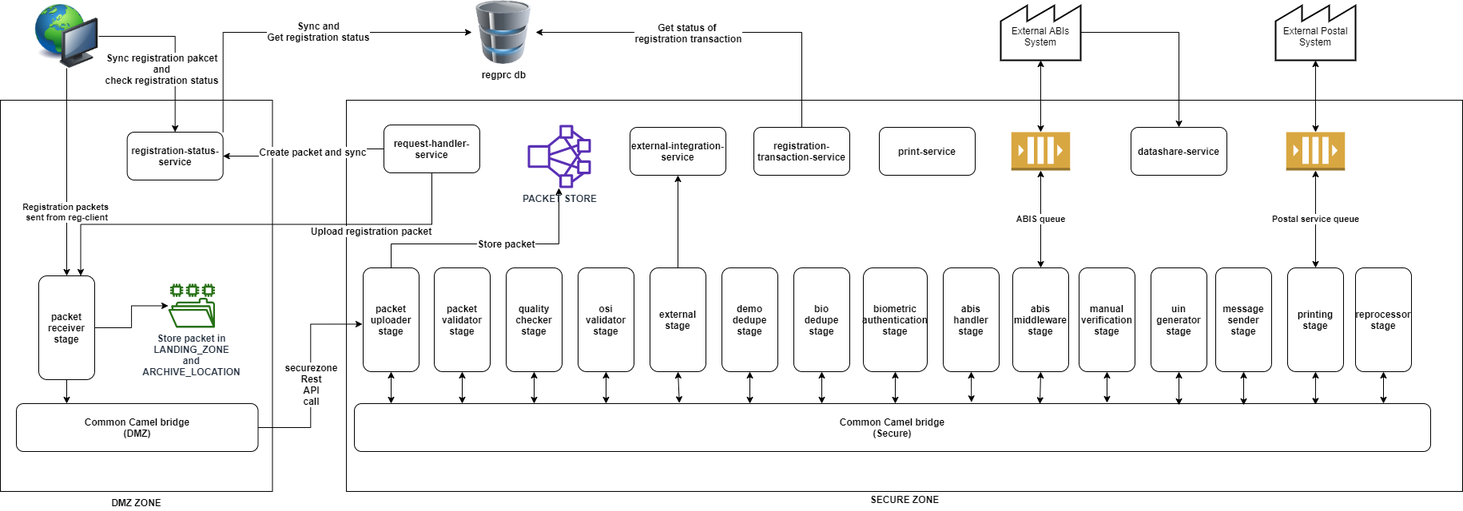
The draw.io diagram docs/_images/reg_processor/reg-proc-logical-view.png in mosip/documentation, before a commit. Source tidied: cells renumbered, new cells last; positions are measured from the earlier drawing's top-left corner, leaving out a move shared by most shapes.
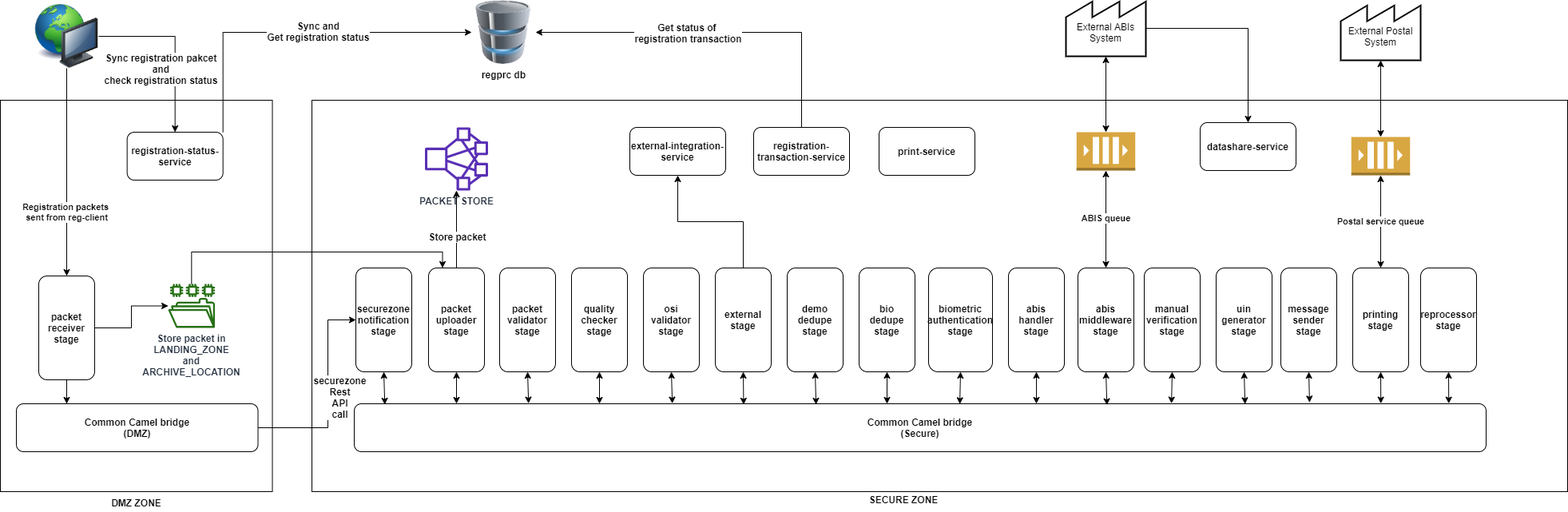
The same file after the commit.

Commit message:
added securezone notification stage

What changed in the source:
```diff
@@ -5,3 +5,3 @@
     <mxCell id="2" style="rounded=0;whiteSpace=wrap;html=1;fontStyle=1;" parent="1" vertex="1">
-      <mxGeometry x="433" y="125" width="1397" height="490" as="geometry" />
+      <mxGeometry x="390" y="125" width="1572" height="490" as="geometry" />
     </mxCell>
@@ -27,4 +27,4 @@
         <Array as="points">
-          <mxPoint x="489" y="305" />
-          <mxPoint x="699" y="305" />
+          <mxPoint x="571" y="295" />
+          <mxPoint x="571" y="295" />
         </Array>
@@ -34,3 +34,3 @@
       <mxGeometry x="0.4" y="1" relative="1" as="geometry">
-        <mxPoint x="-42.4" as="offset" />
+        <mxPoint x="1" y="28" as="offset" />
       </mxGeometry>
@@ -38,12 +38,12 @@
     <mxCell id="9" value="packet&lt;br&gt;uploader&lt;br&gt;stage" style="rounded=1;whiteSpace=wrap;html=1;fontStyle=1;" parent="1" vertex="1">
-      <mxGeometry x="454" y="335" width="70" height="130" as="geometry" />
+      <mxGeometry x="536" y="335" width="70" height="130" as="geometry" />
     </mxCell>
     <mxCell id="10" value="packet&lt;br&gt;validator&lt;br&gt;stage" style="rounded=1;whiteSpace=wrap;html=1;fontStyle=1;" parent="1" vertex="1">
-      <mxGeometry x="543" y="335" width="70" height="130" as="geometry" />
+      <mxGeometry x="625" y="335" width="70" height="130" as="geometry" />
     </mxCell>
     <mxCell id="11" value="quality&lt;br&gt;checker&lt;br&gt;stage" style="rounded=1;whiteSpace=wrap;html=1;fontStyle=1;" parent="1" vertex="1">
-      <mxGeometry x="633" y="335" width="70" height="130" as="geometry" />
+      <mxGeometry x="715" y="335" width="70" height="130" as="geometry" />
     </mxCell>
     <mxCell id="12" value="osi&lt;br&gt;validator&lt;br&gt;stage" style="rounded=1;whiteSpace=wrap;html=1;fontStyle=1;" parent="1" vertex="1">
-      <mxGeometry x="723" y="335" width="70" height="130" as="geometry" />
+      <mxGeometry x="805" y="335" width="70" height="130" as="geometry" />
     </mxCell>
@@ -53,30 +53,37 @@
     <mxCell id="14" value="external&lt;br&gt;stage" style="rounded=1;whiteSpace=wrap;html=1;fontStyle=1;" parent="1" vertex="1">
-      <mxGeometry x="813" y="335" width="70" height="130" as="geometry" />
+      <mxGeometry x="895" y="335" width="70" height="130" as="geometry" />
     </mxCell>
     <mxCell id="15" value="demo&lt;br&gt;dedupe&lt;br&gt;stage" style="rounded=1;whiteSpace=wrap;html=1;fontStyle=1;" parent="1" vertex="1">
-      <mxGeometry x="903" y="335" width="70" height="130" as="geometry" />
+      <mxGeometry x="985" y="335" width="70" height="130" as="geometry" />
     </mxCell>
     <mxCell id="16" value="bio&lt;br&gt;dedupe&lt;br&gt;stage" style="rounded=1;whiteSpace=wrap;html=1;fontStyle=1;" parent="1" vertex="1">
-      <mxGeometry x="993" y="335" width="70" height="130" as="geometry" />
+      <mxGeometry x="1075" y="335" width="70" height="130" as="geometry" />
     </mxCell>
     <mxCell id="17" value="abis&lt;br&gt;handler&lt;br&gt;stage" style="rounded=1;whiteSpace=wrap;html=1;fontStyle=1;" parent="1" vertex="1">
-      <mxGeometry x="1180" y="335" width="70" height="130" as="geometry" />
+      <mxGeometry x="1262" y="335" width="70" height="130" as="geometry" />
     </mxCell>
     <mxCell id="18" value="abis&lt;br&gt;middleware&lt;br&gt;stage" style="rounded=1;whiteSpace=wrap;html=1;fontStyle=1;" parent="1" vertex="1">
-      <mxGeometry x="1267" y="335" width="70" height="130" as="geometry" />
+      <mxGeometry x="1349" y="335" width="70" height="130" as="geometry" />
     </mxCell>
     <mxCell id="19" value="uin&lt;br&gt;generator&lt;br&gt;stage" style="rounded=1;whiteSpace=wrap;html=1;fontStyle=1;" parent="1" vertex="1">
-      <mxGeometry x="1440" y="335" width="70" height="130" as="geometry" />
+      <mxGeometry x="1522" y="335" width="70" height="130" as="geometry" />
     </mxCell>
     <mxCell id="20" value="message&lt;br&gt;sender&lt;br&gt;stage" style="rounded=1;whiteSpace=wrap;html=1;fontStyle=1;" parent="1" vertex="1">
-      <mxGeometry x="1521" y="335" width="70" height="130" as="geometry" />
+      <mxGeometry x="1603" y="335" width="70" height="130" as="geometry" />
     </mxCell>
     <mxCell id="21" value="printing&lt;br&gt;stage" style="rounded=1;whiteSpace=wrap;html=1;fontStyle=1;" parent="1" vertex="1">
-      <mxGeometry x="1611" y="335" width="70" height="130" as="geometry" />
+      <mxGeometry x="1693" y="335" width="70" height="130" as="geometry" />
     </mxCell>
-    <mxCell id="22" style="edgeStyle=orthogonalEdgeStyle;rounded=0;jettySize=auto;html=1;exitX=1;exitY=0.5;exitDx=0;exitDy=0;entryX=-0.014;entryY=0.542;entryDx=0;entryDy=0;entryPerimeter=0;fontStyle=1;" parent="1" edge="1" source="24" target="9">
-      <mxGeometry relative="1" as="geometry" />
+    <mxCell id="22" style="edgeStyle=orthogonalEdgeStyle;rounded=0;jettySize=auto;html=1;exitX=1;exitY=0.5;exitDx=0;exitDy=0;entryX=0;entryY=0.5;entryDx=0;entryDy=0;fontStyle=1;" parent="1" edge="1" source="24" target="77">
+      <mxGeometry relative="1" as="geometry">
+        <Array as="points">
+          <mxPoint x="410" y="535" />
+          <mxPoint x="410" y="400" />
+        </Array>
+      </mxGeometry>
     </mxCell>
     <mxCell id="23" value="securezone&lt;br&gt;Rest&lt;br&gt;API&lt;br&gt;call" style="text;html=1;align=center;verticalAlign=middle;labelBackgroundColor=#ffffff;fontStyle=1;" parent="22" vertex="1">
-      <mxGeometry x="-0.08" relative="1" as="geometry" />
+      <mxGeometry x="-0.08" relative="1" as="geometry">
+        <mxPoint x="14" y="-8.5" as="offset" />
+      </mxGeometry>
     </mxCell>
@@ -86,3 +93,3 @@
     <mxCell id="25" value="Common Camel bridge&lt;br&gt;(Secure)" style="rounded=1;whiteSpace=wrap;html=1;fontStyle=1;" parent="1" vertex="1">
-      <mxGeometry x="443" y="505" width="1347" height="60" as="geometry" />
+      <mxGeometry x="443" y="505" width="1417" height="60" as="geometry" />
     </mxCell>
@@ -90,9 +97,7 @@
       <mxGeometry relative="1" as="geometry">
-        <mxPoint x="489" y="505" as="sourcePoint" />
+        <mxPoint x="571" y="505" as="sourcePoint" />
       </mxGeometry>
     </mxCell>
-    <mxCell id="27" style="endArrow=classic;startArrow=classic;html=1;entryX=0.5;entryY=1;entryDx=0;entryDy=0;fontStyle=1;" parent="1" edge="1" target="10">
-      <mxGeometry relative="1" as="geometry">
-        <mxPoint x="578" y="505" as="sourcePoint" />
-      </mxGeometry>
+    <mxCell id="27" style="endArrow=classic;startArrow=classic;html=1;entryX=0.5;entryY=1;entryDx=0;entryDy=0;fontStyle=1;exitX=0.154;exitY=-0.006;exitDx=0;exitDy=0;exitPerimeter=0;" parent="1" edge="1" source="25" target="10">
+      <mxGeometry relative="1" as="geometry" />
     </mxCell>
@@ -100,17 +105,13 @@
       <mxGeometry relative="1" as="geometry">
-        <mxPoint x="668" y="505" as="sourcePoint" />
+        <mxPoint x="750" y="505" as="sourcePoint" />
       </mxGeometry>
     </mxCell>
-    <mxCell id="29" style="endArrow=classic;startArrow=classic;html=1;entryX=0.5;entryY=1;entryDx=0;entryDy=0;fontStyle=1;" parent="1" edge="1" target="12">
-      <mxGeometry relative="1" as="geometry">
-        <mxPoint x="758" y="505" as="sourcePoint" />
-      </mxGeometry>
+    <mxCell id="29" style="endArrow=classic;startArrow=classic;html=1;entryX=0.5;entryY=1;entryDx=0;entryDy=0;fontStyle=1;exitX=0.281;exitY=-0.006;exitDx=0;exitDy=0;exitPerimeter=0;" parent="1" edge="1" source="25" target="12">
+      <mxGeometry relative="1" as="geometry" />
     </mxCell>
-    <mxCell id="30" style="endArrow=classic;startArrow=classic;html=1;exitX=0.302;exitY=-0.011;exitDx=0;exitDy=0;exitPerimeter=0;entryX=0.5;entryY=1;entryDx=0;entryDy=0;fontStyle=1;" parent="1" edge="1" source="25" target="14">
+    <mxCell id="30" style="endArrow=classic;startArrow=classic;html=1;exitX=0.344;exitY=0.017;exitDx=0;exitDy=0;exitPerimeter=0;entryX=0.5;entryY=1;entryDx=0;entryDy=0;fontStyle=1;" parent="1" edge="1" source="25" target="14">
       <mxGeometry relative="1" as="geometry" />
     </mxCell>
-    <mxCell id="31" style="endArrow=classic;startArrow=classic;html=1;entryX=0.5;entryY=1;entryDx=0;entryDy=0;fontStyle=1;" parent="1" edge="1" target="15">
-      <mxGeometry relative="1" as="geometry">
-        <mxPoint x="938" y="505" as="sourcePoint" />
-      </mxGeometry>
+    <mxCell id="31" style="endArrow=classic;startArrow=classic;html=1;entryX=0.5;entryY=1;entryDx=0;entryDy=0;fontStyle=1;exitX=0.408;exitY=0.017;exitDx=0;exitDy=0;exitPerimeter=0;" parent="1" edge="1" source="25" target="15">
+      <mxGeometry relative="1" as="geometry" />
     </mxCell>
@@ -118,22 +119,20 @@
       <mxGeometry relative="1" as="geometry">
-        <mxPoint x="1028" y="505" as="sourcePoint" />
+        <mxPoint x="1110" y="505" as="sourcePoint" />
       </mxGeometry>
     </mxCell>
-    <mxCell id="33" style="endArrow=classic;startArrow=classic;html=1;entryX=0.5;entryY=1;entryDx=0;entryDy=0;exitX=0.56;exitY=0.772;exitDx=0;exitDy=0;exitPerimeter=0;fontStyle=1;" parent="1" edge="1" source="2" target="17">
-      <mxGeometry relative="1" as="geometry" />
+    <mxCell id="33" style="endArrow=classic;startArrow=classic;html=1;entryX=0.5;entryY=1;entryDx=0;entryDy=0;fontStyle=1;" parent="1" edge="1" target="17">
+      <mxGeometry relative="1" as="geometry">
+        <mxPoint x="1297" y="505" as="sourcePoint" />
+      </mxGeometry>
     </mxCell>
-    <mxCell id="34" style="endArrow=classic;startArrow=classic;html=1;entryX=0.5;entryY=1;entryDx=0;entryDy=0;exitX=0.637;exitY=0.008;exitDx=0;exitDy=0;exitPerimeter=0;fontStyle=1;" parent="1" edge="1" source="25" target="18">
+    <mxCell id="34" style="endArrow=classic;startArrow=classic;html=1;entryX=0.5;entryY=1;entryDx=0;entryDy=0;exitX=0.665;exitY=0.028;exitDx=0;exitDy=0;exitPerimeter=0;fontStyle=1;" parent="1" edge="1" source="25" target="18">
       <mxGeometry relative="1" as="geometry" />
     </mxCell>
-    <mxCell id="35" style="endArrow=classic;startArrow=classic;html=1;entryX=0.5;entryY=1;entryDx=0;entryDy=0;fontStyle=1;" parent="1" edge="1" target="19">
-      <mxGeometry relative="1" as="geometry">
-        <mxPoint x="1475" y="507" as="sourcePoint" />
-      </mxGeometry>
+    <mxCell id="35" style="endArrow=classic;startArrow=classic;html=1;entryX=0.5;entryY=1;entryDx=0;entryDy=0;fontStyle=1;exitX=0.787;exitY=0.006;exitDx=0;exitDy=0;exitPerimeter=0;" parent="1" edge="1" source="25" target="19">
+      <mxGeometry relative="1" as="geometry" />
     </mxCell>
-    <mxCell id="36" style="endArrow=classic;startArrow=classic;html=1;entryX=0.5;entryY=1;entryDx=0;entryDy=0;fontStyle=1;" parent="1" edge="1" target="20">
-      <mxGeometry relative="1" as="geometry">
-        <mxPoint x="1556" y="507" as="sourcePoint" />
-      </mxGeometry>
+    <mxCell id="36" style="endArrow=classic;startArrow=classic;html=1;entryX=0.5;entryY=1;entryDx=0;entryDy=0;fontStyle=1;exitX=0.844;exitY=-0.028;exitDx=0;exitDy=0;exitPerimeter=0;" parent="1" edge="1" source="25" target="20">
+      <mxGeometry relative="1" as="geometry" />
     </mxCell>
-    <mxCell id="37" style="endArrow=classic;startArrow=classic;html=1;entryX=0.5;entryY=1;entryDx=0;entryDy=0;exitX=0.893;exitY=0.024;exitDx=0;exitDy=0;exitPerimeter=0;fontStyle=1;" parent="1" edge="1" source="25" target="21">
+    <mxCell id="37" style="endArrow=classic;startArrow=classic;html=1;entryX=0.5;entryY=1;entryDx=0;entryDy=0;exitX=0.907;exitY=-0.006;exitDx=0;exitDy=0;exitPerimeter=0;fontStyle=1;" parent="1" edge="1" source="25" target="21">
       <mxGeometry relative="1" as="geometry" />
@@ -141,6 +140,6 @@
     <mxCell id="38" style="outlineConnect=0;dashed=0;verticalLabelPosition=bottom;verticalAlign=top;align=center;html=1;shape=mxgraph.aws3.queue;fillColor=#D9A741;gradientColor=none;fontStyle=1;" parent="1" vertex="1">
-      <mxGeometry x="1265.2" y="165" width="73.5" height="48" as="geometry" />
+      <mxGeometry x="1347.2" y="165" width="73.5" height="48" as="geometry" />
     </mxCell>
     <mxCell id="39" style="outlineConnect=0;dashed=0;verticalLabelPosition=bottom;verticalAlign=top;align=center;html=1;shape=mxgraph.aws3.queue;fillColor=#D9A741;gradientColor=none;fontStyle=1;" parent="1" vertex="1">
-      <mxGeometry x="1609.2" y="165" width="73.5" height="48" as="geometry" />
+      <mxGeometry x="1691.2" y="171" width="73.5" height="48" as="geometry" />
     </mxCell>
@@ -173,3 +172,3 @@
     <mxCell id="48" value="&lt;b&gt;datashare-service&lt;br&gt;&lt;/b&gt;" style="rounded=1;whiteSpace=wrap;html=1;" parent="1" vertex="1">
-      <mxGeometry x="1415" y="159" width="120" height="60" as="geometry" />
+      <mxGeometry x="1502" y="153" width="120" height="60" as="geometry" />
     </mxCell>
@@ -179,3 +178,3 @@
     <mxCell id="50" value="&lt;table cellpadding=&quot;5&quot; cellspacing=&quot;0&quot; style=&quot;font-size: 1em ; width: 100% ; height: 100%&quot;&gt;&lt;tbody&gt;&lt;tr&gt;&lt;td height=&quot;50%&quot;&gt;&lt;/td&gt;&lt;/tr&gt;&lt;tr&gt;&lt;td align=&quot;center&quot; height=&quot;50%&quot;&gt;External ABIs System&lt;/td&gt;&lt;/tr&gt;&lt;/tbody&gt;&lt;/table&gt;" style="strokeWidth=2;html=1;shape=mxgraph.lean_mapping.outside_sources;whiteSpace=wrap;align=center;" parent="1" vertex="1">
-      <mxGeometry x="1252" y="5" width="100" height="70" as="geometry" />
+      <mxGeometry x="1334" width="100" height="70" as="geometry" />
     </mxCell>
@@ -185,3 +184,3 @@
     <mxCell id="52" value="&lt;table cellpadding=&quot;5&quot; cellspacing=&quot;0&quot; style=&quot;font-size: 1em ; width: 100% ; height: 100%&quot;&gt;&lt;tbody&gt;&lt;tr&gt;&lt;td height=&quot;50%&quot;&gt;&lt;/td&gt;&lt;/tr&gt;&lt;tr&gt;&lt;td align=&quot;center&quot; height=&quot;50%&quot;&gt;External Postal System&lt;/td&gt;&lt;/tr&gt;&lt;/tbody&gt;&lt;/table&gt;" style="strokeWidth=2;html=1;shape=mxgraph.lean_mapping.outside_sources;whiteSpace=wrap;align=center;" parent="1" vertex="1">
-      <mxGeometry x="1596" y="5" width="100" height="70" as="geometry" />
+      <mxGeometry x="1678" y="5" width="100" height="70" as="geometry" />
     </mxCell>
@@ -202,16 +201,12 @@
     <mxCell id="57" value="biometric&lt;br&gt;authentication&lt;br&gt;stage" style="rounded=1;whiteSpace=wrap;html=1;fontStyle=1;" parent="1" vertex="1">
-      <mxGeometry x="1080" y="335" width="80" height="130" as="geometry" />
+      <mxGeometry x="1162" y="335" width="80" height="130" as="geometry" />
     </mxCell>
-    <mxCell id="58" style="endArrow=classic;startArrow=classic;html=1;entryX=0.5;entryY=1;entryDx=0;entryDy=0;fontStyle=1;" parent="1" edge="1" target="57">
-      <mxGeometry relative="1" as="geometry">
-        <mxPoint x="1120" y="505" as="sourcePoint" />
-      </mxGeometry>
+    <mxCell id="58" style="endArrow=classic;startArrow=classic;html=1;entryX=0.5;entryY=1;entryDx=0;entryDy=0;fontStyle=1;exitX=0.535;exitY=0.006;exitDx=0;exitDy=0;exitPerimeter=0;" parent="1" edge="1" source="25" target="57">
+      <mxGeometry relative="1" as="geometry" />
     </mxCell>
     <mxCell id="59" value="manual&lt;br&gt;verification&lt;br&gt;stage" style="rounded=1;whiteSpace=wrap;html=1;fontStyle=1;" parent="1" vertex="1">
-      <mxGeometry x="1350" y="335" width="70" height="130" as="geometry" />
+      <mxGeometry x="1432" y="335" width="70" height="130" as="geometry" />
     </mxCell>
-    <mxCell id="60" style="endArrow=classic;startArrow=classic;html=1;entryX=0.5;entryY=1;entryDx=0;entryDy=0;" parent="1" edge="1" target="59">
-      <mxGeometry relative="1" as="geometry">
-        <mxPoint x="1385" y="504" as="sourcePoint" />
-      </mxGeometry>
+    <mxCell id="60" style="endArrow=classic;startArrow=classic;html=1;entryX=0.5;entryY=1;entryDx=0;entryDy=0;exitX=0.722;exitY=-0.006;exitDx=0;exitDy=0;exitPerimeter=0;" parent="1" edge="1" source="25" target="59">
+      <mxGeometry relative="1" as="geometry" />
     </mxCell>
@@ -220,28 +215,7 @@
     </mxCell>
-    <mxCell id="62" style="edgeStyle=orthogonalEdgeStyle;rounded=0;jettySize=auto;html=1;exitX=0;exitY=0.5;exitDx=0;exitDy=0;entryX=1;entryY=0.5;entryDx=0;entryDy=0;" parent="1" edge="1" source="66" target="56">
-      <mxGeometry relative="1" as="geometry" />
-    </mxCell>
-    <mxCell id="63" value="&lt;b&gt;Create packet and sync&lt;/b&gt;" style="text;html=1;align=center;verticalAlign=middle;labelBackgroundColor=#ffffff;" parent="62" vertex="1">
-      <mxGeometry x="-0.18" y="3" relative="1" as="geometry">
-        <mxPoint x="-3.3" as="offset" />
-      </mxGeometry>
-    </mxCell>
-    <mxCell id="64" style="edgeStyle=orthogonalEdgeStyle;rounded=0;jettySize=auto;html=1;exitX=0.5;exitY=1;exitDx=0;exitDy=0;entryX=0.75;entryY=0;entryDx=0;entryDy=0;" parent="1" edge="1" source="66" target="6">
-      <mxGeometry relative="1" as="geometry" />
-    </mxCell>
-    <mxCell id="65" value="&lt;b&gt;Upload registration packet&lt;/b&gt;" style="text;html=1;align=center;verticalAlign=middle;labelBackgroundColor=#ffffff;" parent="64" vertex="1">
-      <mxGeometry x="-0.39" relative="1" as="geometry">
-        <mxPoint x="31.8" y="8" as="offset" />
-      </mxGeometry>
-    </mxCell>
-    <mxCell id="66" value="&lt;b&gt;request-handler-service&lt;/b&gt;" style="rounded=1;whiteSpace=wrap;html=1;" parent="1" vertex="1">
-      <mxGeometry x="480" y="156" width="120" height="60" as="geometry" />
-    </mxCell>
     <mxCell id="67" value="reprocessor&lt;br&gt;stage" style="rounded=1;whiteSpace=wrap;html=1;fontStyle=1;" parent="1" vertex="1">
-      <mxGeometry x="1696" y="335" width="70" height="130" as="geometry" />
+      <mxGeometry x="1778" y="335" width="70" height="130" as="geometry" />
     </mxCell>
-    <mxCell id="68" style="endArrow=classic;startArrow=classic;html=1;entryX=0.5;entryY=1;entryDx=0;entryDy=0;fontStyle=1;" parent="1" edge="1" target="67">
-      <mxGeometry relative="1" as="geometry">
-        <mxPoint x="1731" y="505" as="sourcePoint" />
-      </mxGeometry>
+    <mxCell id="68" style="endArrow=classic;startArrow=classic;html=1;entryX=0.5;entryY=1;entryDx=0;entryDy=0;fontStyle=1;exitX=0.967;exitY=-0.006;exitDx=0;exitDy=0;exitPerimeter=0;" parent="1" edge="1" source="25" target="67">
+      <mxGeometry relative="1" as="geometry" />
     </mxCell>
@@ -264,2 +238,10 @@
     </mxCell>
+    <mxCell id="76" style="edgeStyle=orthogonalEdgeStyle;rounded=0;jettySize=auto;html=1;entryX=0.25;entryY=0;entryDx=0;entryDy=0;" parent="1" edge="1" source="74" target="9">
+      <mxGeometry relative="1" as="geometry">
+        <Array as="points">
+          <mxPoint x="239" y="315" />
+          <mxPoint x="554" y="315" />
+        </Array>
+      </mxGeometry>
+    </mxCell>
     <mxCell id="74" value="&lt;b&gt;Store packet in&lt;br&gt;LANDING_ZONE&lt;br&gt;and&lt;br&gt;ARCHIVE_LOCATION&lt;/b&gt;" style="outlineConnect=0;fontColor=#232F3E;gradientColor=none;fillColor=#277116;strokeColor=none;dashed=0;verticalLabelPosition=bottom;verticalAlign=top;align=center;html=1;fontSize=12;fontStyle=0;shape=mxgraph.aws4.file_system;" parent="1" vertex="1">
@@ -268,4 +250,10 @@
     <mxCell id="75" value="&lt;b&gt;PACKET STORE&lt;/b&gt;" style="outlineConnect=0;fontColor=#232F3E;gradientColor=none;fillColor=#5A30B5;strokeColor=none;dashed=0;verticalLabelPosition=bottom;verticalAlign=top;align=center;html=1;fontSize=12;fontStyle=0;shape=mxgraph.aws4.cluster;" parent="1" vertex="1">
-      <mxGeometry x="660" y="156" width="79" height="79" as="geometry" />
+      <mxGeometry x="531.5" y="159" width="79" height="79" as="geometry" />
     </mxCell>
+    <mxCell id="77" value="securezone&lt;br&gt;notification&lt;br&gt;stage" style="rounded=1;whiteSpace=wrap;html=1;fontStyle=1;" parent="1" vertex="1">
+      <mxGeometry x="445" y="335" width="70" height="130" as="geometry" />
+    </mxCell>
+    <mxCell id="78" style="endArrow=classic;startArrow=classic;html=1;entryX=0.5;entryY=1;entryDx=0;entryDy=0;fontStyle=1;exitX=0.027;exitY=0.017;exitDx=0;exitDy=0;exitPerimeter=0;" parent="1" edge="1" source="25" target="77">
+      <mxGeometry relative="1" as="geometry" />
+    </mxCell>
   </root>
```
